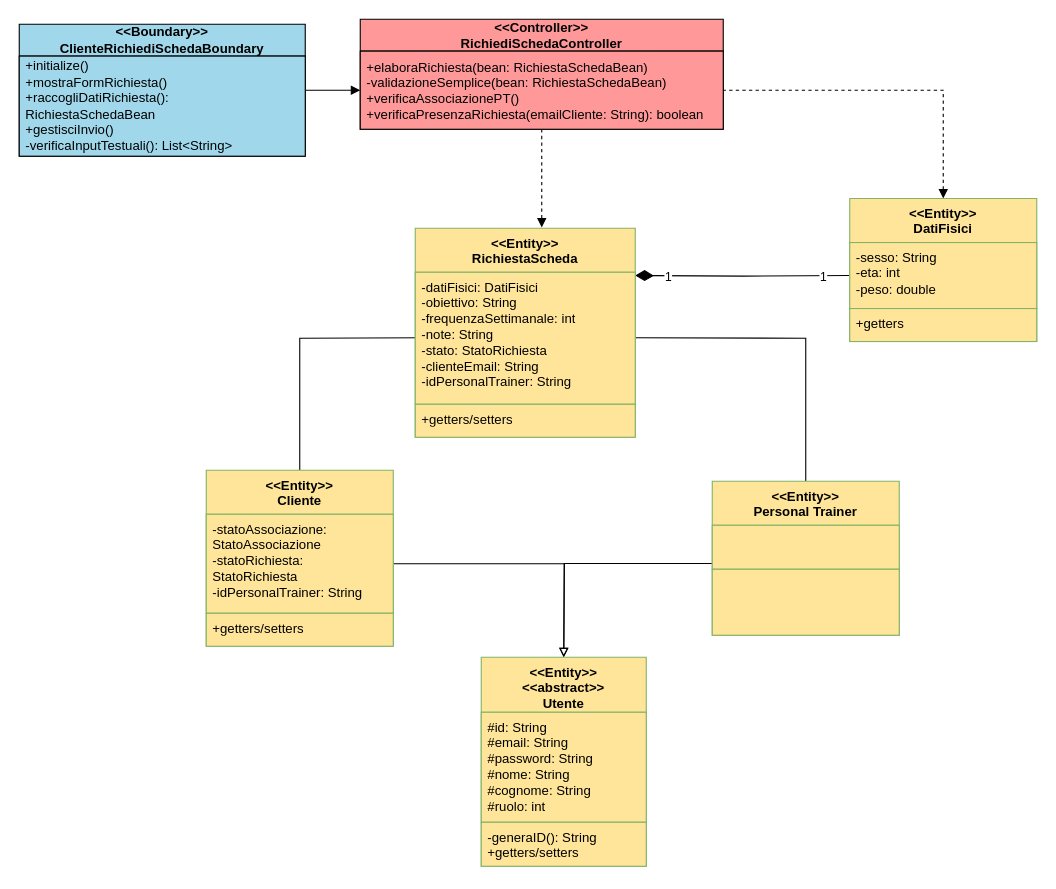
This is VOPC/Diagramma senza titolo.drawio from FedericoSib/FitPlan, a draw.io file, before an edit. Source tidied: cells renumbered, new cells numbered last; positions are measured from the earlier drawing's top-left corner, leaving out a move shared by most shapes. Both pictures are drawn from the tidied source at 110%, with x=0, y=0 at pixel (19, 19).
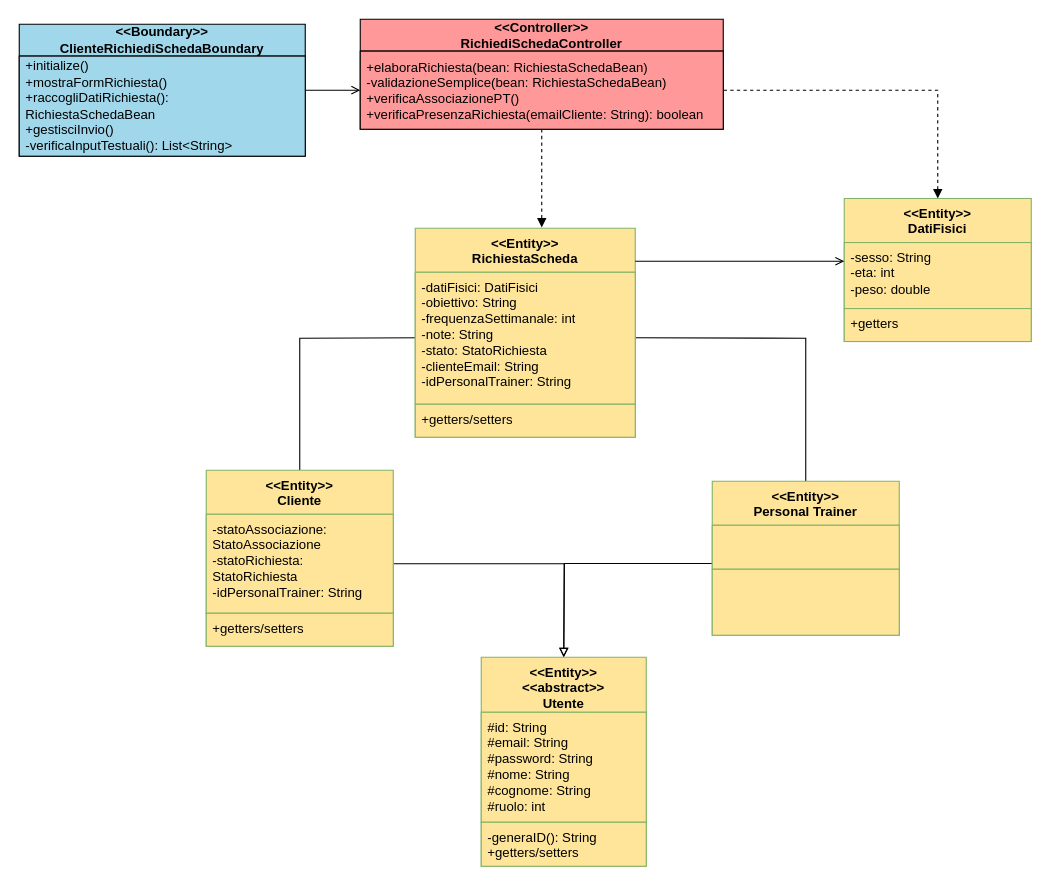
Above is the later version.

Unchanged cells that the change refers to:
```xml
<mxCell id="3" value="&lt;div&gt;&amp;lt;&amp;lt;Boundary&amp;gt;&amp;gt;&lt;/div&gt;&lt;div&gt;ClienteRichiediSchedaBoundary&lt;/div&gt;" style="swimlane;fontStyle=1;align=center;verticalAlign=middle;horizontal=1;startSize=29;html=1;whiteSpace=wrap;swimlaneFillColor=light-dark(#ffffff, #ededed);fillColor=#A0D7EB;" parent="1" vertex="1">
  <mxGeometry y="4.5" width="260" height="120" as="geometry" />
</mxCell>
<mxCell id="6" value="&lt;div align=&quot;left&quot;&gt;+elaboraRichiesta(bean: RichiestaSchedaBean)&lt;/div&gt;&lt;div align=&quot;left&quot;&gt;-validazioneSemplice(bean: RichiestaSchedaBean)&lt;/div&gt;&lt;div align=&quot;left&quot;&gt;+verificaAssociazionePT()&lt;/div&gt;&lt;div align=&quot;left&quot;&gt;+verificaPresenzaRichiesta(emailCliente: String): boolean&lt;/div&gt;" style="text;html=1;strokeColor=default;fillColor=#FF9999;align=left;verticalAlign=middle;spacingLeft=4;spacingRight=4;overflow=hidden;points=[[0,0.5],[1,0.5]];portConstraint=eastwest;whiteSpace=wrap;" parent="5" vertex="1">
  <mxGeometry y="29" width="330" height="71" as="geometry" />
</mxCell>
<mxCell id="25" value="&lt;div&gt;&amp;lt;&amp;lt;Entity&amp;gt;&amp;gt;&lt;/div&gt;RichiestaScheda" style="swimlane;fontStyle=1;align=center;verticalAlign=top;horizontal=1;startSize=40;whiteSpace=wrap;html=1;fillColor=#FFE599;gradientColor=none;strokeColor=#82b366;" parent="1" vertex="1">
  <mxGeometry x="360" y="190" width="200" height="190" as="geometry" />
</mxCell>
<mxCell id="29" value="-sesso: String&lt;br&gt;-eta: int&lt;br&gt;&lt;div&gt;-peso: double&lt;/div&gt;&lt;div&gt;&lt;br&gt;&lt;/div&gt;" style="text;strokeColor=#82b366;fillColor=#FFE599;align=left;verticalAlign=top;spacingLeft=4;spacingRight=4;overflow=hidden;points=[[0,0.5],[1,0.5]];portConstraint=eastwest;whiteSpace=wrap;html=1;gradientColor=none;" parent="28" vertex="1">
  <mxGeometry y="40" width="170" height="60" as="geometry" />
</mxCell>
```

The edit, as a diff of the source:
```diff
@@
-    <mxCell id="2" style="edgeStyle=orthogonalEdgeStyle;rounded=0;jettySize=auto;html=1;entryX=0;entryY=0.5;entryDx=0;entryDy=0;endArrow=block;endFill=1;" parent="1" edge="1" source="3" target="6">
+    <mxCell id="2" style="edgeStyle=orthogonalEdgeStyle;rounded=0;jettySize=auto;html=1;entryX=0;entryY=0.5;entryDx=0;entryDy=0;endArrow=open;endFill=0;" parent="1" edge="1" source="3" target="6">
       <mxGeometry relative="1" as="geometry" />
     </mxCell>
@@
-    <mxCell id="7" style="startArrow=diamondThin;startSize=14;startFill=1;endArrow=none;rounded=0;exitX=1;exitY=0.099;exitDx=0;exitDy=0;entryX=0;entryY=0.5;entryDx=0;entryDy=0;exitPerimeter=0;edgeStyle=orthogonalEdgeStyle;" parent="1" edge="1" target="29">
-      <mxGeometry relative="1" as="geometry">
-        <mxPoint x="560" y="233" as="sourcePoint" />
-      </mxGeometry>
-    </mxCell>
-    <mxCell id="8" value="1" style="edgeLabel;html=1;align=center;verticalAlign=middle;" parent="7" vertex="1">
-      <mxGeometry x="-0.68" relative="1" as="geometry">
-        <mxPoint x="-1" as="offset" />
-      </mxGeometry>
-    </mxCell>
-    <mxCell id="9" value="1" style="edgeLabel;html=1;align=center;verticalAlign=middle;" parent="7" vertex="1">
-      <mxGeometry x="0.76" relative="1" as="geometry">
-        <mxPoint x="-1" as="offset" />
-      </mxGeometry>
-    </mxCell>
@@
     <mxCell id="28" value="&lt;div&gt;&amp;lt;&amp;lt;Entity&amp;gt;&amp;gt;&lt;/div&gt;DatiFisici" style="swimlane;fontStyle=1;align=center;verticalAlign=top;horizontal=1;startSize=40;whiteSpace=wrap;html=1;fillColor=#FFE599;gradientColor=none;strokeColor=#82b366;" parent="1" vertex="1">
-      <mxGeometry x="755" y="163" width="170" height="130" as="geometry" />
+      <mxGeometry x="750" y="163" width="170" height="130" as="geometry" />
     </mxCell>
@@
+    <mxCell id="31" style="edgeStyle=orthogonalEdgeStyle;rounded=0;jettySize=auto;html=1;endArrow=open;endFill=0;exitX=1;exitY=0.158;exitDx=0;exitDy=0;exitPerimeter=0;" parent="1" edge="1" source="25">
+      <mxGeometry relative="1" as="geometry">
+        <mxPoint x="750" y="220" as="targetPoint" />
+      </mxGeometry>
+    </mxCell>
```
